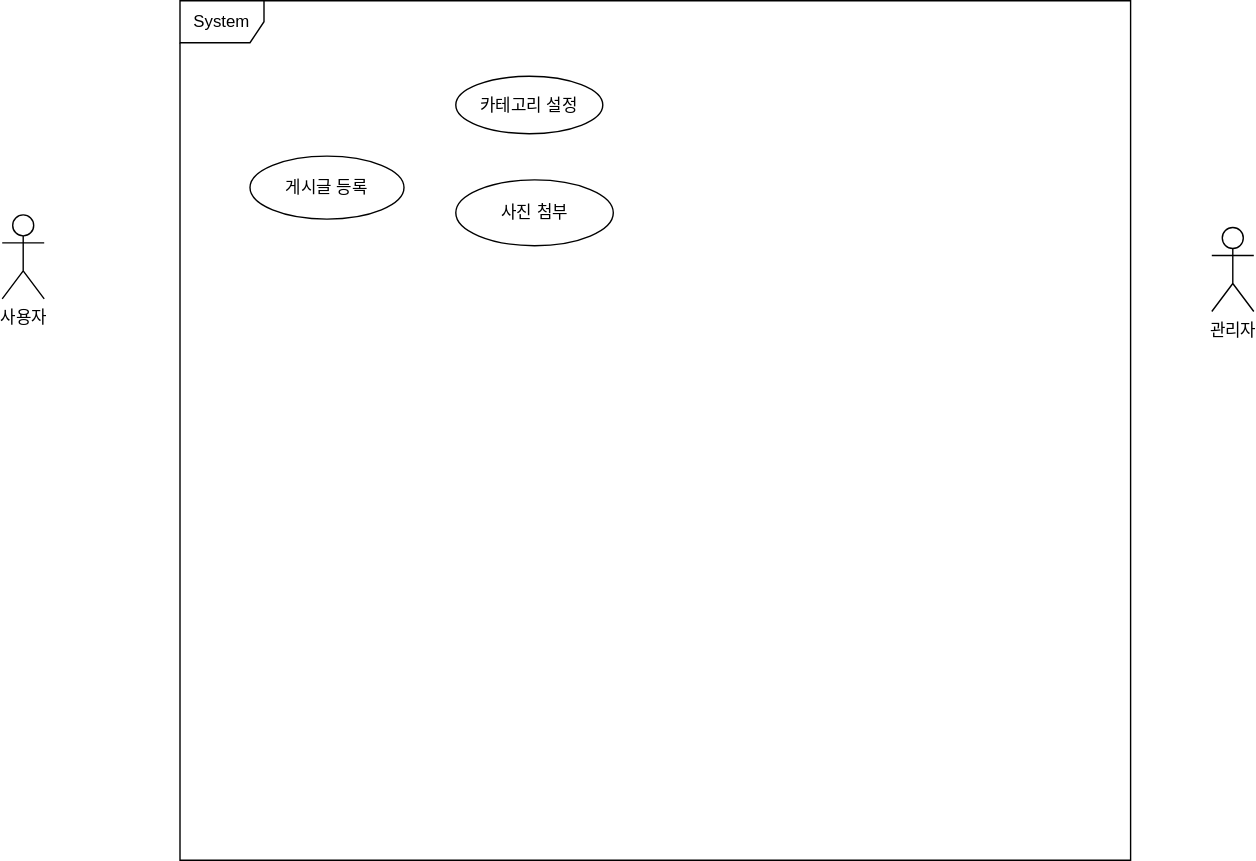
The draw.io diagram 2일차.drawio.svg in hueyjeong/uml-leanring, before a commit. Source tidied: cells renumbered, new cells last; positions are measured from the earlier drawing's top-left corner, leaving out a move shared by most shapes.
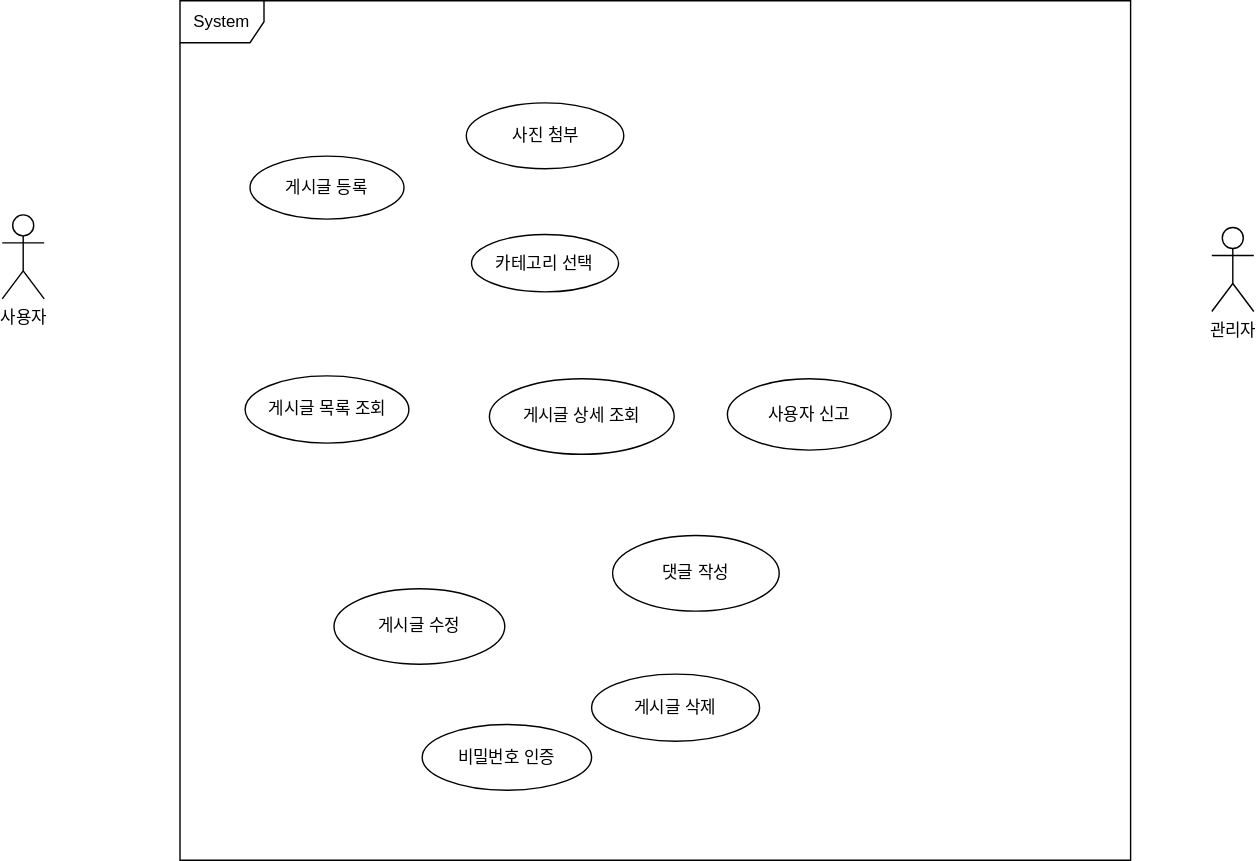
The same diagram one commit later.

Commit message:
2일차.drawio.svg 업데이트

The edit, as a diff of the source:
```diff
@@ -14,11 +14,32 @@
     <mxCell id="5" value="게시글 등록" style="ellipse;whiteSpace=wrap;html=1;" parent="1" vertex="1">
       <mxGeometry x="177" y="111" width="110" height="45" as="geometry" />
     </mxCell>
-    <mxCell id="6" value="카테고리 설정" style="ellipse;whiteSpace=wrap;html=1;" parent="1" vertex="1">
-      <mxGeometry x="324" y="54" width="105" height="41" as="geometry" />
+    <mxCell id="6" value="카테고리 선택" style="ellipse;whiteSpace=wrap;html=1;" parent="1" vertex="1">
+      <mxGeometry x="335.2" y="167" width="105" height="41" as="geometry" />
     </mxCell>
     <mxCell id="7" value="사진 첨부" style="ellipse;whiteSpace=wrap;html=1;" parent="1" vertex="1">
-      <mxGeometry x="324" y="128" width="112.5" height="47" as="geometry" />
+      <mxGeometry x="331.5" y="73" width="112.5" height="47" as="geometry" />
     </mxCell>
+    <mxCell id="8" value="게시글 목록 조회" style="ellipse;whiteSpace=wrap;html=1;" parent="1" vertex="1">
+      <mxGeometry x="173.5" y="268" width="117" height="48" as="geometry" />
+    </mxCell>
+    <mxCell id="9" value="게시글 상세 조회" style="ellipse;whiteSpace=wrap;html=1;" parent="1" vertex="1">
+      <mxGeometry x="348" y="270" width="132" height="54" as="geometry" />
+    </mxCell>
+    <mxCell id="10" value="댓글 작성" style="ellipse;whiteSpace=wrap;html=1;" parent="1" vertex="1">
+      <mxGeometry x="436" y="382" width="119" height="54" as="geometry" />
+    </mxCell>
+    <mxCell id="11" value="사용자 신고" style="ellipse;whiteSpace=wrap;html=1;" parent="1" vertex="1">
+      <mxGeometry x="518" y="270" width="117" height="51" as="geometry" />
+    </mxCell>
+    <mxCell id="12" value="게시글 수정" style="ellipse;whiteSpace=wrap;html=1;" parent="1" vertex="1">
+      <mxGeometry x="237" y="420" width="122" height="54" as="geometry" />
+    </mxCell>
+    <mxCell id="13" value="게시글 삭제" style="ellipse;whiteSpace=wrap;html=1;" parent="1" vertex="1">
+      <mxGeometry x="421" y="481" width="120" height="48" as="geometry" />
+    </mxCell>
+    <mxCell id="14" value="비밀번호 인증" style="ellipse;whiteSpace=wrap;html=1;" parent="1" vertex="1">
+      <mxGeometry x="300" y="517" width="121" height="47" as="geometry" />
+    </mxCell>
   </root>
 </mxGraphModel>
```
